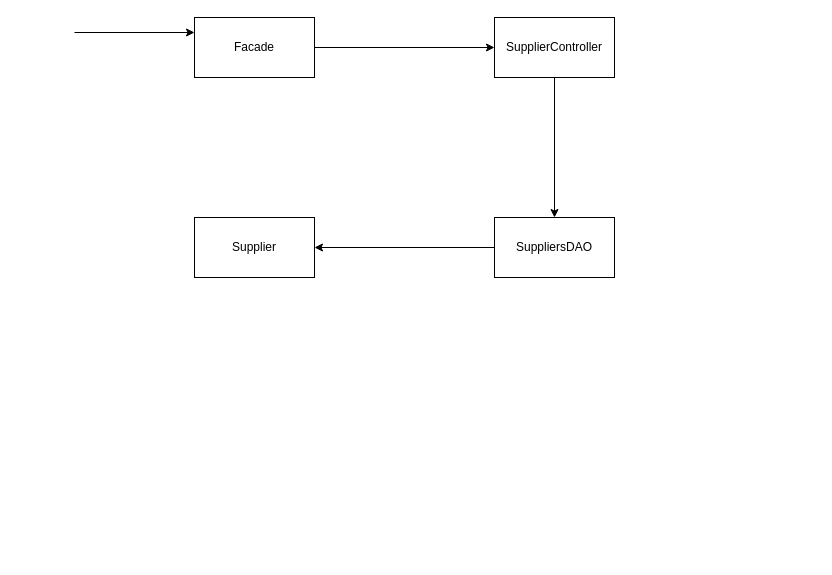
Above: page 2 of 2 of docs/use case diagram/sequence diagram scenario d.drawio in Naveavra/Market (draw.io), before the change. Source tidied: cells renumbered, new cells numbered last; positions are measured from the earlier drawing's top-left corner, leaving out a move shared by most shapes. Both pictures are drawn from the tidied source at 100%, with x=0, y=0 at pixel (74, 17).
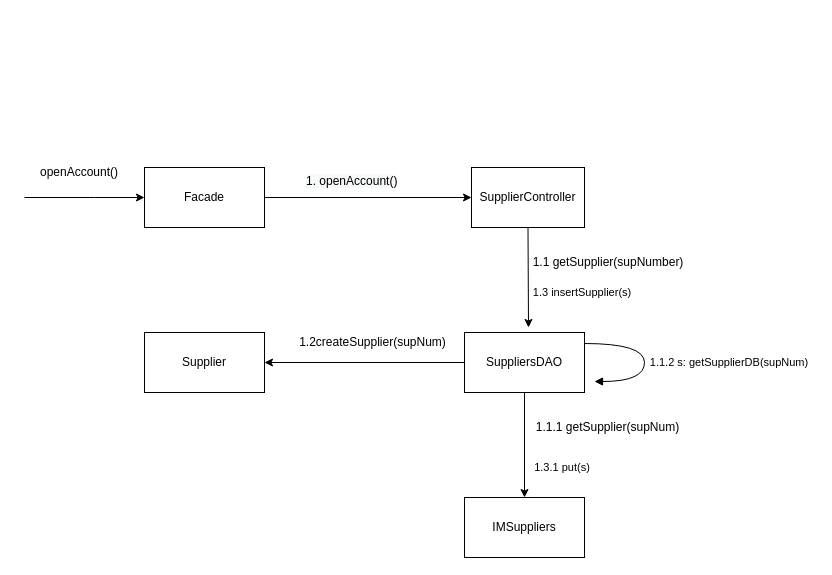
After the change.

The edit, as a diff of the source:
```diff
@@
     <mxCell id="3" value="Facade" style="rounded=0;whiteSpace=wrap;html=1;" parent="1" vertex="1">
-      <mxGeometry x="120" width="120" height="60" as="geometry" />
+      <mxGeometry x="70" y="150" width="120" height="60" as="geometry" />
     </mxCell>
-    <mxCell id="4" style="endArrow=classic;html=1;rounded=0;entryX=0;entryY=0.25;entryDx=0;entryDy=0;" parent="1" edge="1" target="3">
+    <mxCell id="4" style="endArrow=classic;html=1;rounded=0;entryX=0;entryY=0.5;entryDx=0;entryDy=0;" parent="1" edge="1" target="3">
       <mxGeometry relative="1" as="geometry">
-        <mxPoint y="15" as="sourcePoint" />
+        <mxPoint x="-50" y="180" as="sourcePoint" />
+        <Array as="points">
+          <mxPoint x="20" y="180" />
+        </Array>
       </mxGeometry>
     </mxCell>
     <mxCell id="5" value="SupplierController" style="rounded=0;whiteSpace=wrap;html=1;" parent="1" vertex="1">
-      <mxGeometry x="420" width="120" height="60" as="geometry" />
+      <mxGeometry x="397" y="150" width="113" height="60" as="geometry" />
     </mxCell>
     <mxCell id="6" value="SuppliersDAO" style="rounded=0;whiteSpace=wrap;html=1;" parent="1" vertex="1">
-      <mxGeometry x="420" y="200" width="120" height="60" as="geometry" />
+      <mxGeometry x="390" y="315" width="120" height="60" as="geometry" />
     </mxCell>
     <mxCell id="7" value="Supplier" style="rounded=0;whiteSpace=wrap;html=1;" parent="1" vertex="1">
-      <mxGeometry x="120" y="200" width="120" height="60" as="geometry" />
+      <mxGeometry x="70" y="315" width="120" height="60" as="geometry" />
     </mxCell>
-    <mxCell id="8" style="endArrow=classic;html=1;rounded=0;exitX=0.5;exitY=1;exitDx=0;exitDy=0;entryX=0.5;entryY=0;entryDx=0;entryDy=0;" parent="1" edge="1" source="5" target="6">
-      <mxGeometry relative="1" as="geometry" />
+    <mxCell id="8" style="endArrow=classic;html=1;rounded=0;exitX=0.5;exitY=1;exitDx=0;exitDy=0;" parent="1" edge="1" source="5">
+      <mxGeometry relative="1" as="geometry">
+        <mxPoint x="454" y="310" as="targetPoint" />
+      </mxGeometry>
     </mxCell>
@@
+    <mxCell id="10" value="openAccount()" style="text;html=1;strokeColor=none;fillColor=none;align=center;verticalAlign=middle;whiteSpace=wrap;rounded=0;" parent="1" vertex="1">
+      <mxGeometry x="-40" y="140" width="90" height="30" as="geometry" />
+    </mxCell>
+    <mxCell id="11" value="&lt;span style=&quot;color: rgb(0, 0, 0); font-family: Helvetica; font-size: 12px; font-style: normal; font-variant-ligatures: normal; font-variant-caps: normal; font-weight: 400; letter-spacing: normal; orphans: 2; text-align: center; text-indent: 0px; text-transform: none; widows: 2; word-spacing: 0px; -webkit-text-stroke-width: 0px; background-color: rgb(248, 249, 250); text-decoration-thickness: initial; text-decoration-style: initial; text-decoration-color: initial; float: none; display: inline !important;&quot;&gt;1. openAccount()&lt;/span&gt;" style="text;whiteSpace=wrap;html=1;" parent="1" vertex="1">
+      <mxGeometry x="230" y="150" width="110" height="30" as="geometry" />
+    </mxCell>
+    <mxCell id="12" value="1.1 getSupplier(supNumber)" style="text;html=1;strokeColor=none;fillColor=none;align=center;verticalAlign=middle;whiteSpace=wrap;rounded=0;" parent="1" vertex="1">
+      <mxGeometry x="450.6" y="230" width="165.8" height="30" as="geometry" />
+    </mxCell>
+    <mxCell id="13" value="&lt;span style=&quot;&quot;&gt;IMSuppliers&lt;/span&gt;" style="rounded=0;whiteSpace=wrap;html=1;" parent="1" vertex="1">
+      <mxGeometry x="390" y="480" width="120" height="60" as="geometry" />
+    </mxCell>
+    <mxCell id="14" style="endArrow=classic;html=1;rounded=0;entryX=0.5;entryY=0;entryDx=0;entryDy=0;exitX=0.5;exitY=1;exitDx=0;exitDy=0;" parent="1" edge="1" source="6" target="13">
+      <mxGeometry relative="1" as="geometry" />
+    </mxCell>
+    <mxCell id="15" value="1.1.1 getSupplier(supNum)" style="text;html=1;strokeColor=none;fillColor=none;align=center;verticalAlign=middle;whiteSpace=wrap;rounded=0;" parent="1" vertex="1">
+      <mxGeometry x="454" y="395" width="159" height="30" as="geometry" />
+    </mxCell>
+    <mxCell id="16" style="html=1;verticalAlign=bottom;endArrow=block;labelBackgroundColor=none;fontFamily=Verdana;fontSize=12;elbow=vertical;edgeStyle=orthogonalEdgeStyle;curved=1;entryX=1;entryY=0.286;entryPerimeter=0;" parent="1" edge="1">
+      <mxGeometry x="0.32" y="55" relative="1" as="geometry">
+        <mxPoint x="510" y="326" as="sourcePoint" />
+        <mxPoint x="520" y="364" as="targetPoint" />
+        <Array as="points">
+          <mxPoint x="570" y="325.9" />
+          <mxPoint x="570" y="363.9" />
+        </Array>
+        <mxPoint x="50" y="-33" as="offset" />
+      </mxGeometry>
+    </mxCell>
+    <mxCell id="17" value="1.2createSupplier(supNum)" style="text;html=1;strokeColor=none;fillColor=none;align=center;verticalAlign=middle;whiteSpace=wrap;rounded=0;" parent="1" vertex="1">
+      <mxGeometry x="215.8" y="310" width="164.5" height="30" as="geometry" />
+    </mxCell>
+    <mxCell id="18" value="&lt;span style=&quot;font-size: 11px; background-color: rgb(255, 255, 255);&quot;&gt;1.3 insertSupplier(s)&lt;/span&gt;" style="text;html=1;strokeColor=none;fillColor=none;align=center;verticalAlign=middle;whiteSpace=wrap;rounded=0;" parent="1" vertex="1">
+      <mxGeometry x="423" y="260" width="170" height="30" as="geometry" />
+    </mxCell>
+    <mxCell id="19" value="&lt;span style=&quot;font-size: 11px; background-color: rgb(255, 255, 255);&quot;&gt;1.3.1 put(s)&lt;/span&gt;" style="text;html=1;strokeColor=none;fillColor=none;align=center;verticalAlign=middle;whiteSpace=wrap;rounded=0;" parent="1" vertex="1">
+      <mxGeometry x="453" y="435" width="70" height="30" as="geometry" />
+    </mxCell>
+    <mxCell id="20" value="&lt;span style=&quot;font-size: 11px; text-align: left; background-color: rgb(255, 255, 255);&quot;&gt;1.1.2 s: getSupplierDB(supNum)&lt;/span&gt;" style="text;html=1;strokeColor=none;fillColor=none;align=center;verticalAlign=middle;whiteSpace=wrap;rounded=0;" parent="1" vertex="1">
+      <mxGeometry x="570" y="330" width="170" height="30" as="geometry" />
+    </mxCell>
```
